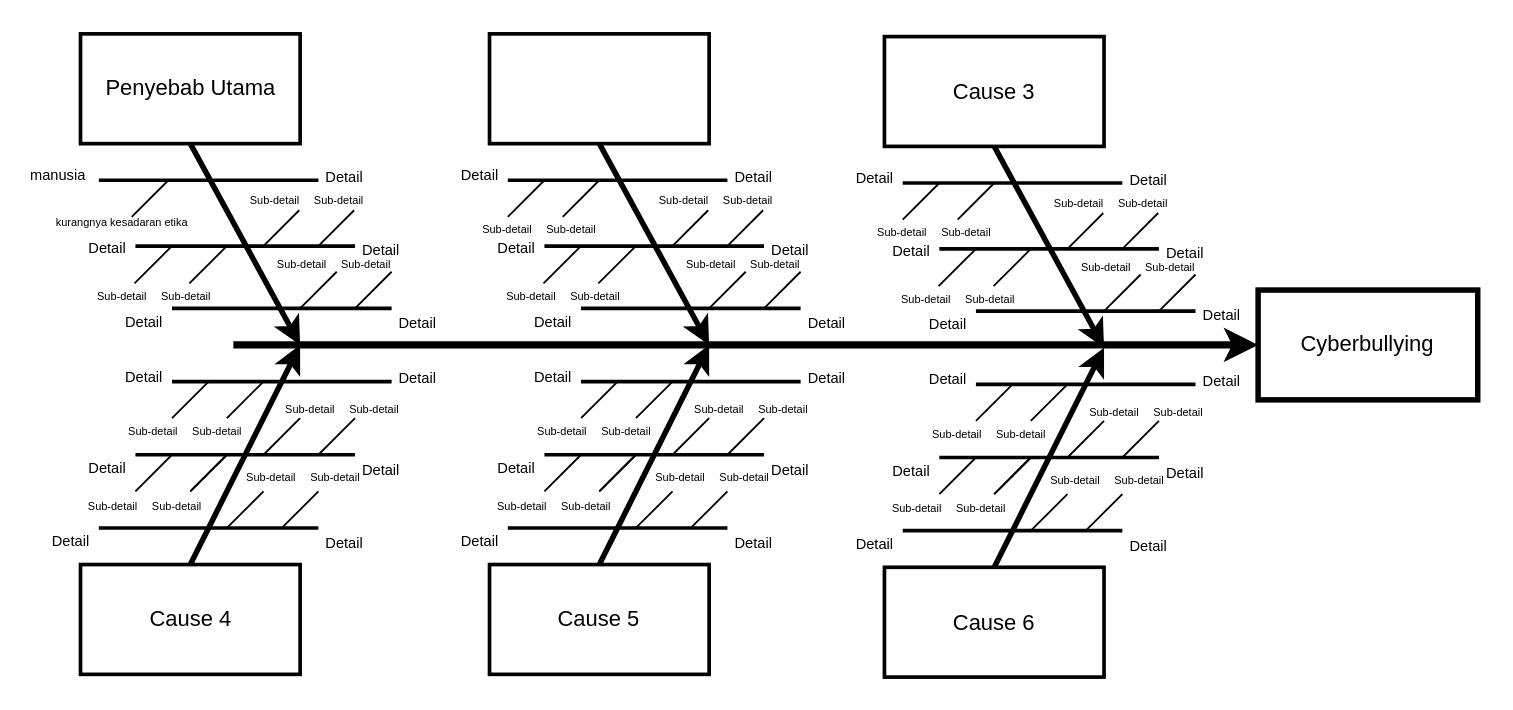
Earlier version of the draw.io diagram Cyberbullying & etika berinternet.drawio (Umeem26/kampanye-internet-sehat). Source tidied: cells renumbered, new cells numbered last; positions are measured from the earlier drawing's top-left corner, leaving out a move shared by most shapes. Both pictures are drawn from the tidied source at 183%, with x=0, y=0 at pixel (31, 33).
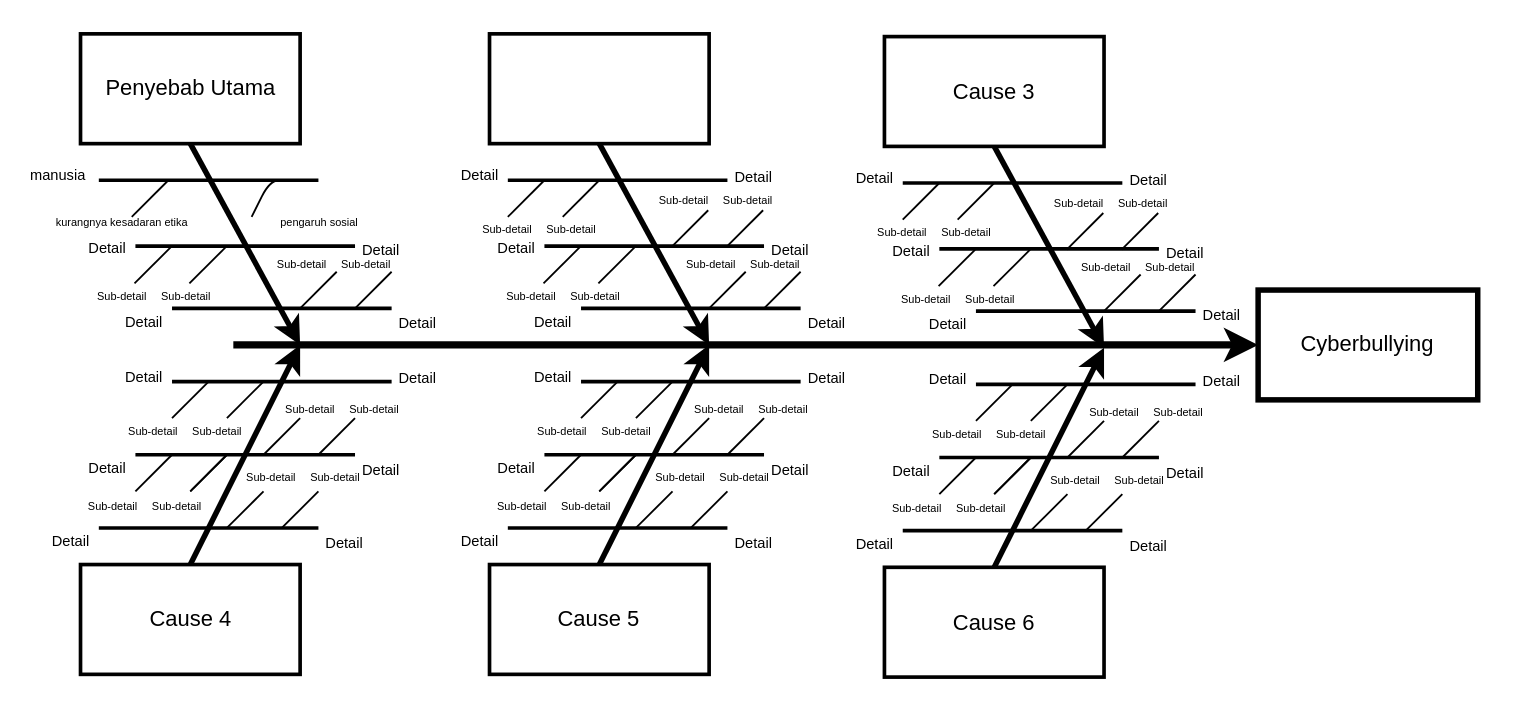
The same page after the edit.

Commit message:
update proses bagian manusia.drawio

The edit, as a diff of the source:
```diff
@@
-    <mxCell id="23" style="edgeStyle=none;endArrow=none;" parent="1" edge="1">
-      <mxGeometry relative="1" as="geometry">
-        <mxPoint x="126" y="116.4" as="sourcePoint" />
-        <mxPoint x="146" y="96.4" as="targetPoint" />
-      </mxGeometry>
-    </mxCell>
-    <mxCell id="24" style="edgeStyle=none;endArrow=none;" parent="1" edge="1">
-      <mxGeometry relative="1" as="geometry">
-        <mxPoint x="156" y="116.4" as="sourcePoint" />
-        <mxPoint x="176" y="96.4" as="targetPoint" />
-      </mxGeometry>
-    </mxCell>
@@
-    <mxCell id="49" value="Sub-detail" style="text;spacingTop=-5;fontSize=6;align=center;verticalAlign=middle;" parent="1" vertex="1">
-      <mxGeometry x="118" y="83.9" width="30" height="20" as="geometry" />
-    </mxCell>
-    <mxCell id="50" value="Sub-detail" style="text;spacingTop=-5;fontSize=6;align=center;verticalAlign=middle;" parent="1" vertex="1">
-      <mxGeometry x="153" y="83.9" width="30" height="20" as="geometry" />
-    </mxCell>
@@
-    <mxCell id="57" value="Detail" style="text;spacingTop=-5;fontSize=8;align=center;verticalAlign=middle;" parent="1" vertex="1">
-      <mxGeometry x="156" y="71" width="30" height="20" as="geometry" />
-    </mxCell>
@@
+    <mxCell id="185" style="edgeStyle=none;endArrow=none;" parent="1" edge="1">
+      <mxGeometry relative="1" as="geometry">
+        <mxPoint x="140" y="80" as="sourcePoint" />
+        <mxPoint x="120" y="100" as="targetPoint" />
+        <Array as="points">
+          <mxPoint x="130" y="80" />
+        </Array>
+      </mxGeometry>
+    </mxCell>
+    <mxCell id="186" value="pengaruh sosial" style="text;spacingTop=-5;fontSize=6;align=center;verticalAlign=middle;" parent="1" vertex="1">
+      <mxGeometry x="142.3" y="95.9" width="30" height="20" as="geometry" />
+    </mxCell>
```
